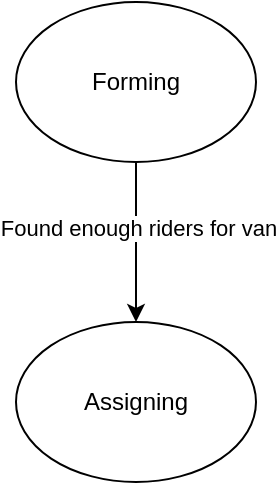
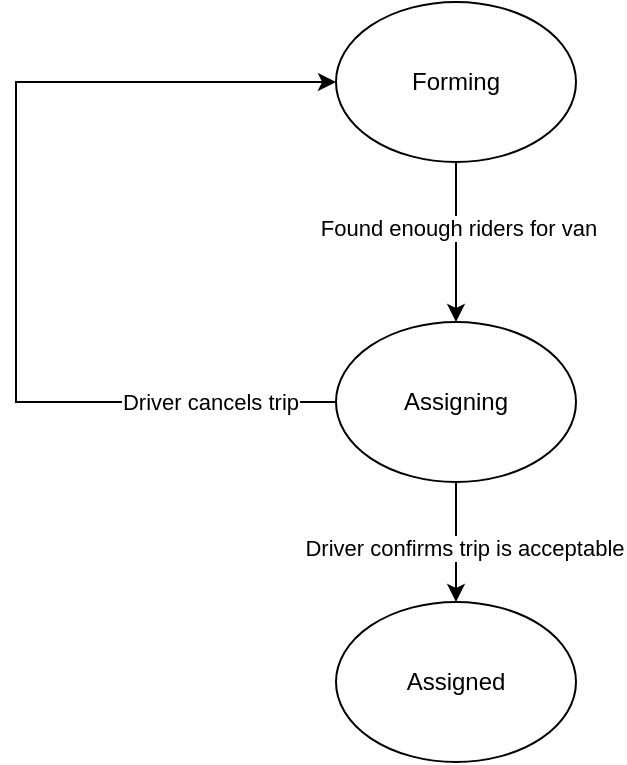
<mxfile host="app.diagrams.net">
  <diagram name="Page-1" id="uky30sMuRtbvl4v7oDvU">
    <mxGraphModel dx="897" dy="707" grid="1" gridSize="10" guides="1" tooltips="1" connect="1" arrows="1" fold="1" page="1" pageScale="1" pageWidth="850" pageHeight="1100" math="0" shadow="0">
      <root>
        <mxCell id="0" />
        <mxCell id="1" parent="0" />
        <mxCell id="Gz_-l-qtndXPY_ptsec8-25" edge="1" parent="1" source="Gz_-l-qtndXPY_ptsec8-23" style="edgeStyle=orthogonalEdgeStyle;rounded=0;orthogonalLoop=1;jettySize=auto;html=1;" target="Gz_-l-qtndXPY_ptsec8-24">
          <mxGeometry relative="1" as="geometry" />
        </mxCell>
        <mxCell id="Gz_-l-qtndXPY_ptsec8-26" connectable="0" parent="Gz_-l-qtndXPY_ptsec8-25" style="edgeLabel;html=1;align=center;verticalAlign=middle;resizable=0;points=[];" value="Found enough riders for van" vertex="1">
          <mxGeometry relative="1" x="-0.175" y="1" as="geometry">
            <mxPoint as="offset" />
          </mxGeometry>
        </mxCell>
        <mxCell id="Gz_-l-qtndXPY_ptsec8-23" parent="1" style="ellipse;whiteSpace=wrap;html=1;" value="Forming" vertex="1">
          <mxGeometry height="80" width="120" x="390" y="170" as="geometry" />
        </mxCell>
+         <mxCell id="Gz_-l-qtndXPY_ptsec8-28" edge="1" parent="1" source="Gz_-l-qtndXPY_ptsec8-24" style="edgeStyle=orthogonalEdgeStyle;rounded=0;orthogonalLoop=1;jettySize=auto;html=1;entryX=0.5;entryY=0;entryDx=0;entryDy=0;" target="Gz_-l-qtndXPY_ptsec8-27">
+           <mxGeometry relative="1" as="geometry" />
+         </mxCell>
+         <mxCell id="Gz_-l-qtndXPY_ptsec8-29" connectable="0" parent="Gz_-l-qtndXPY_ptsec8-28" style="edgeLabel;html=1;align=center;verticalAlign=middle;resizable=0;points=[];" value="Driver confirms trip is acceptable" vertex="1">
+           <mxGeometry relative="1" x="0.1" y="4" as="geometry">
+             <mxPoint as="offset" />
+           </mxGeometry>
+         </mxCell>
+         <mxCell id="Gz_-l-qtndXPY_ptsec8-30" edge="1" parent="1" source="Gz_-l-qtndXPY_ptsec8-24" style="edgeStyle=orthogonalEdgeStyle;rounded=0;orthogonalLoop=1;jettySize=auto;html=1;exitX=0;exitY=0.5;exitDx=0;exitDy=0;entryX=0;entryY=0.5;entryDx=0;entryDy=0;" target="Gz_-l-qtndXPY_ptsec8-23">
+           <mxGeometry relative="1" as="geometry">
+             <Array as="points">
+               <mxPoint x="230" y="370" />
+               <mxPoint x="230" y="210" />
+             </Array>
+           </mxGeometry>
+         </mxCell>
+         <mxCell id="Gz_-l-qtndXPY_ptsec8-31" connectable="0" parent="Gz_-l-qtndXPY_ptsec8-30" style="edgeLabel;html=1;align=center;verticalAlign=middle;resizable=0;points=[];" value="Driver cancels trip" vertex="1">
+           <mxGeometry relative="1" x="-0.7375" as="geometry">
+             <mxPoint as="offset" />
+           </mxGeometry>
+         </mxCell>
        <mxCell id="Gz_-l-qtndXPY_ptsec8-24" parent="1" style="ellipse;whiteSpace=wrap;html=1;" value="Assigning" vertex="1">
          <mxGeometry height="80" width="120" x="390" y="330" as="geometry" />
+         </mxCell>
+         <mxCell id="Gz_-l-qtndXPY_ptsec8-27" parent="1" style="ellipse;whiteSpace=wrap;html=1;" value="Assigned" vertex="1">
+           <mxGeometry height="80" width="120" x="390" y="470" as="geometry" />
        </mxCell>
      </root>
    </mxGraphModel>
  </diagram>
</mxfile>
